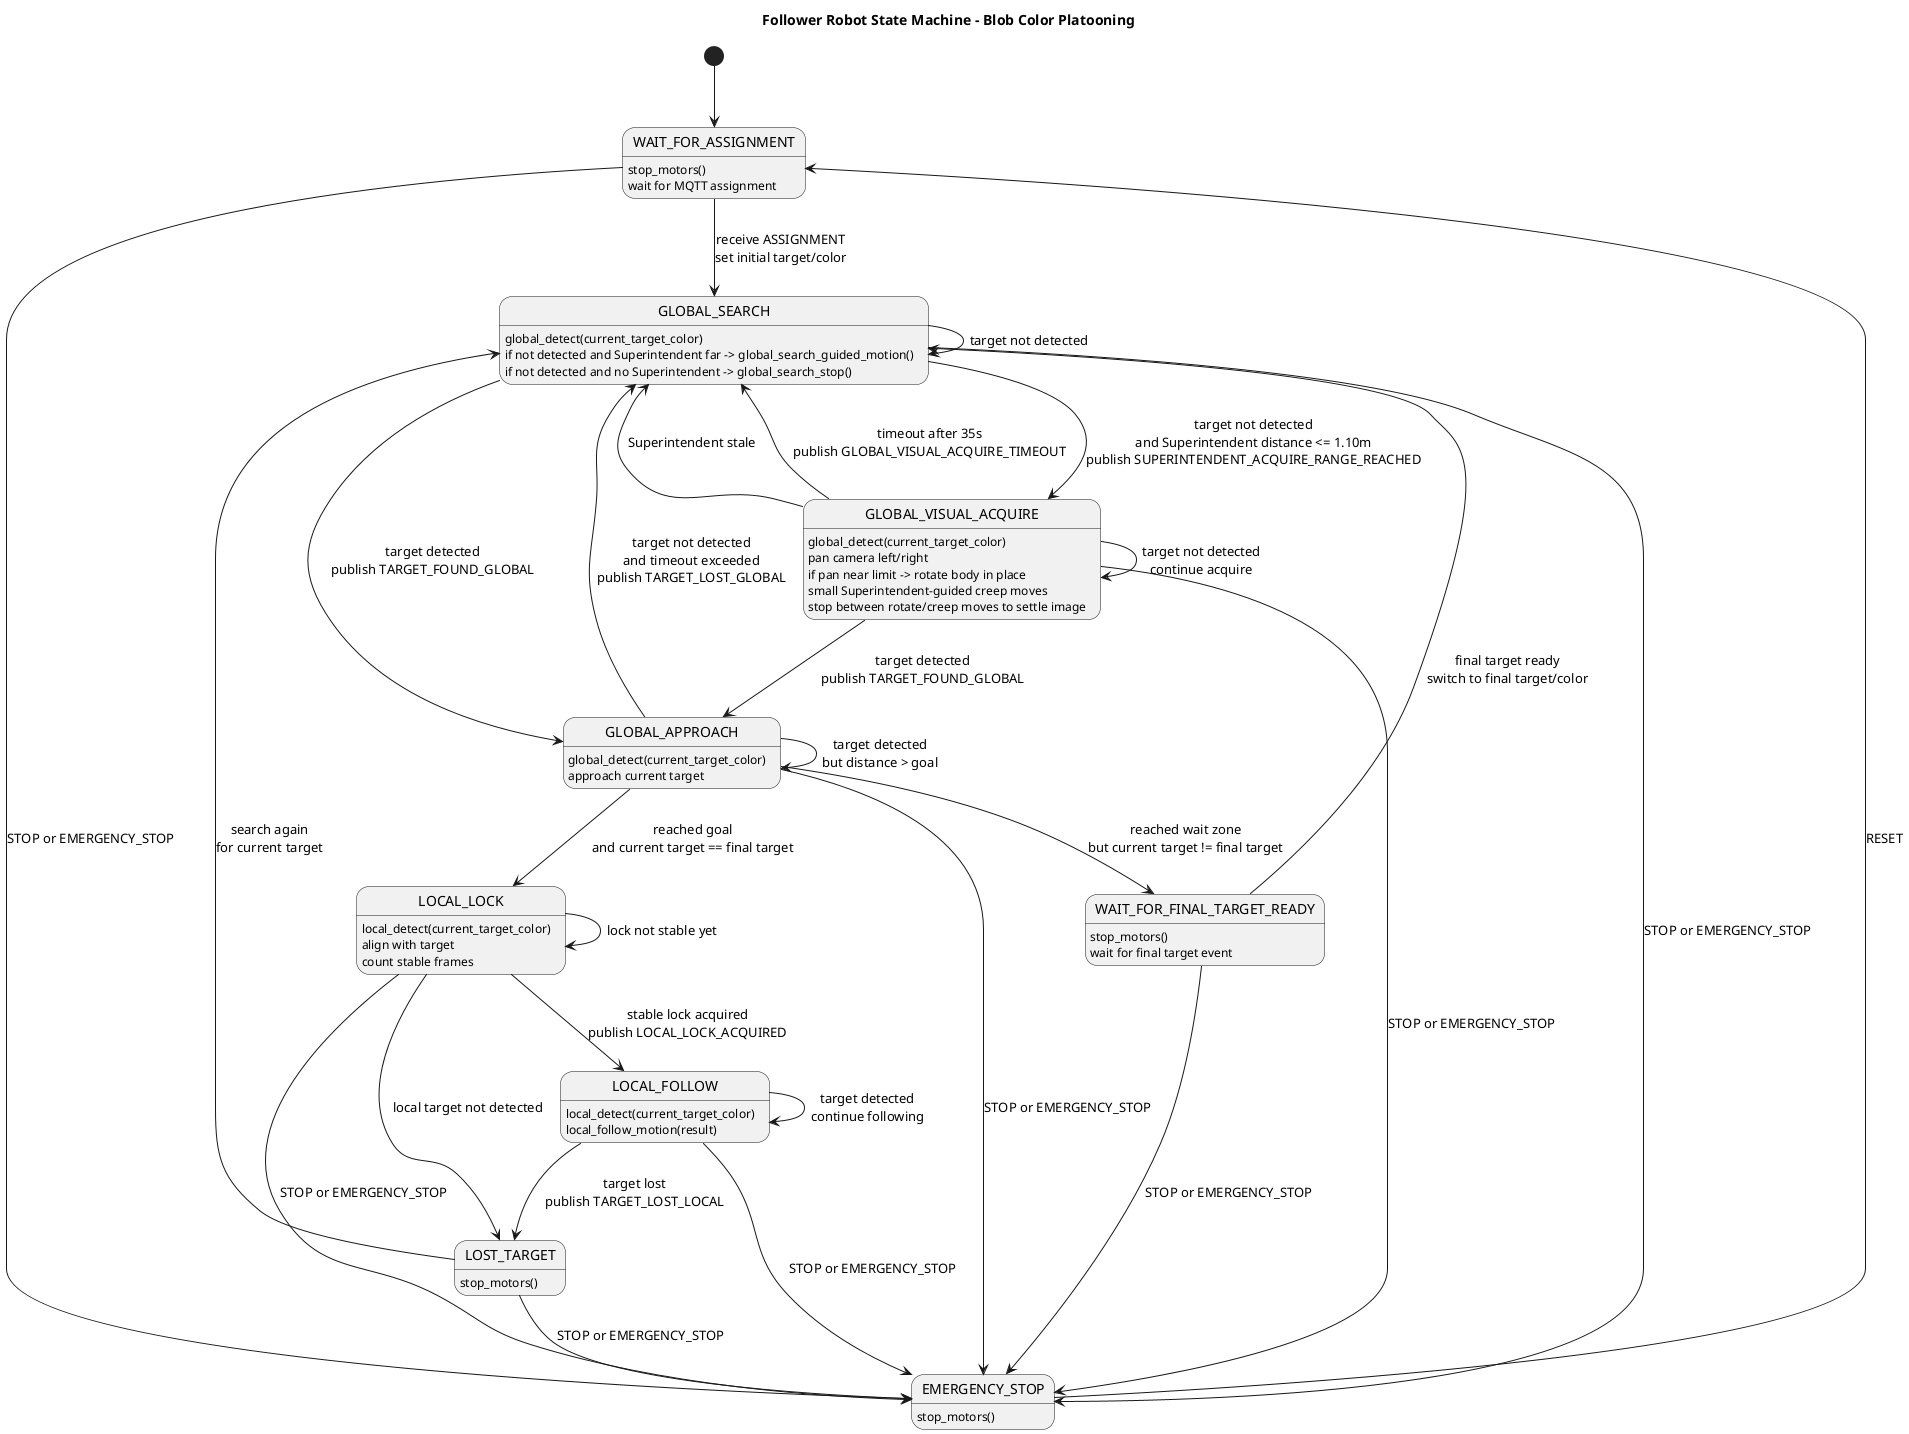
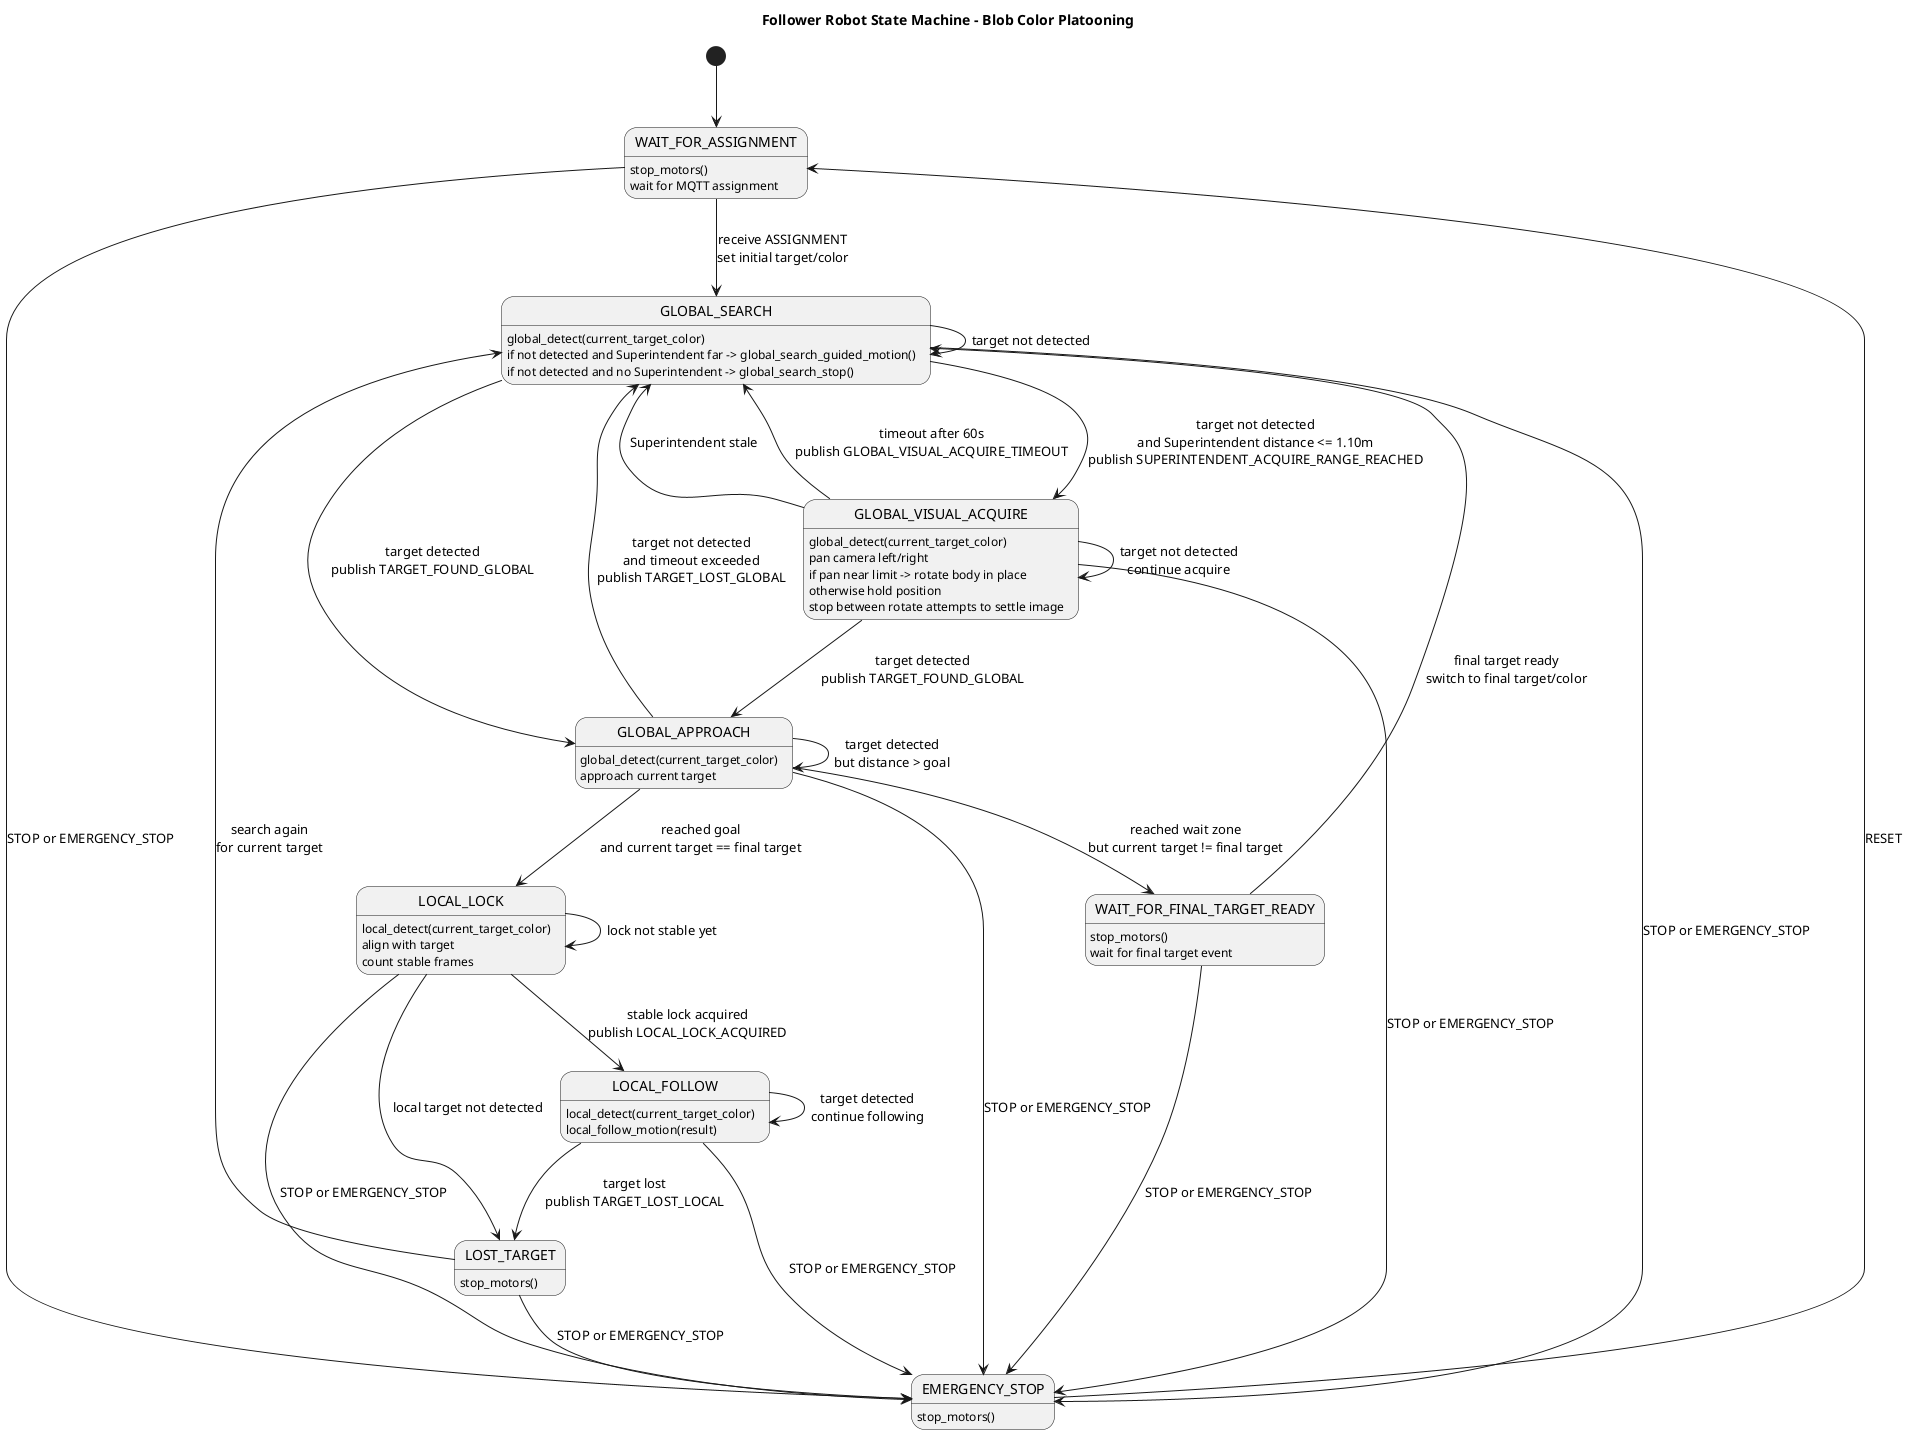
@startuml
title Follower Robot State Machine - Blob Color Platooning

hide empty description

[*] --> WAIT_FOR_ASSIGNMENT

WAIT_FOR_ASSIGNMENT : stop_motors()
WAIT_FOR_ASSIGNMENT : wait for MQTT assignment
WAIT_FOR_ASSIGNMENT --> GLOBAL_SEARCH : receive ASSIGNMENT\nset initial target/color

GLOBAL_SEARCH : global_detect(current_target_color)
GLOBAL_SEARCH : if not detected and Superintendent far -> global_search_guided_motion()
GLOBAL_SEARCH : if not detected and no Superintendent -> global_search_stop()
GLOBAL_SEARCH --> GLOBAL_APPROACH : target detected\npublish TARGET_FOUND_GLOBAL
GLOBAL_SEARCH --> GLOBAL_VISUAL_ACQUIRE : target not detected\nand Superintendent distance <= 1.10m\npublish SUPERINTENDENT_ACQUIRE_RANGE_REACHED
GLOBAL_SEARCH --> GLOBAL_SEARCH : target not detected

GLOBAL_VISUAL_ACQUIRE : global_detect(current_target_color)
GLOBAL_VISUAL_ACQUIRE : pan camera left/right
GLOBAL_VISUAL_ACQUIRE : if pan near limit -> rotate body in place
- GLOBAL_VISUAL_ACQUIRE : small Superintendent-guided creep moves
- GLOBAL_VISUAL_ACQUIRE : stop between rotate/creep moves to settle image
+ GLOBAL_VISUAL_ACQUIRE : otherwise hold position
+ GLOBAL_VISUAL_ACQUIRE : stop between rotate attempts to settle image
GLOBAL_VISUAL_ACQUIRE --> GLOBAL_APPROACH : target detected\npublish TARGET_FOUND_GLOBAL
GLOBAL_VISUAL_ACQUIRE --> GLOBAL_SEARCH : Superintendent stale
- GLOBAL_VISUAL_ACQUIRE --> GLOBAL_SEARCH : timeout after 35s\npublish GLOBAL_VISUAL_ACQUIRE_TIMEOUT
+ GLOBAL_VISUAL_ACQUIRE --> GLOBAL_SEARCH : timeout after 60s\npublish GLOBAL_VISUAL_ACQUIRE_TIMEOUT
GLOBAL_VISUAL_ACQUIRE --> GLOBAL_VISUAL_ACQUIRE : target not detected\ncontinue acquire

GLOBAL_APPROACH : global_detect(current_target_color)
GLOBAL_APPROACH : approach current target
GLOBAL_APPROACH --> GLOBAL_SEARCH : target not detected\nand timeout exceeded\npublish TARGET_LOST_GLOBAL
GLOBAL_APPROACH --> GLOBAL_APPROACH : target detected\nbut distance > goal
GLOBAL_APPROACH --> LOCAL_LOCK : reached goal\nand current target == final target
GLOBAL_APPROACH --> WAIT_FOR_FINAL_TARGET_READY : reached wait zone\nbut current target != final target

WAIT_FOR_FINAL_TARGET_READY : stop_motors()
WAIT_FOR_FINAL_TARGET_READY : wait for final target event
WAIT_FOR_FINAL_TARGET_READY --> GLOBAL_SEARCH : final target ready\nswitch to final target/color

LOCAL_LOCK : local_detect(current_target_color)
LOCAL_LOCK : align with target
LOCAL_LOCK : count stable frames
LOCAL_LOCK --> LOST_TARGET : local target not detected
LOCAL_LOCK --> LOCAL_LOCK : lock not stable yet
LOCAL_LOCK --> LOCAL_FOLLOW : stable lock acquired\npublish LOCAL_LOCK_ACQUIRED

LOCAL_FOLLOW : local_detect(current_target_color)
LOCAL_FOLLOW : local_follow_motion(result)
LOCAL_FOLLOW --> LOCAL_FOLLOW : target detected\ncontinue following
LOCAL_FOLLOW --> LOST_TARGET : target lost\npublish TARGET_LOST_LOCAL

LOST_TARGET : stop_motors()
LOST_TARGET --> GLOBAL_SEARCH : search again\nfor current target

EMERGENCY_STOP : stop_motors()
EMERGENCY_STOP --> WAIT_FOR_ASSIGNMENT : RESET

WAIT_FOR_ASSIGNMENT --> EMERGENCY_STOP : STOP or EMERGENCY_STOP
GLOBAL_SEARCH --> EMERGENCY_STOP : STOP or EMERGENCY_STOP
GLOBAL_VISUAL_ACQUIRE --> EMERGENCY_STOP : STOP or EMERGENCY_STOP
GLOBAL_APPROACH --> EMERGENCY_STOP : STOP or EMERGENCY_STOP
WAIT_FOR_FINAL_TARGET_READY --> EMERGENCY_STOP : STOP or EMERGENCY_STOP
LOCAL_LOCK --> EMERGENCY_STOP : STOP or EMERGENCY_STOP
LOCAL_FOLLOW --> EMERGENCY_STOP : STOP or EMERGENCY_STOP
LOST_TARGET --> EMERGENCY_STOP : STOP or EMERGENCY_STOP

@enduml
